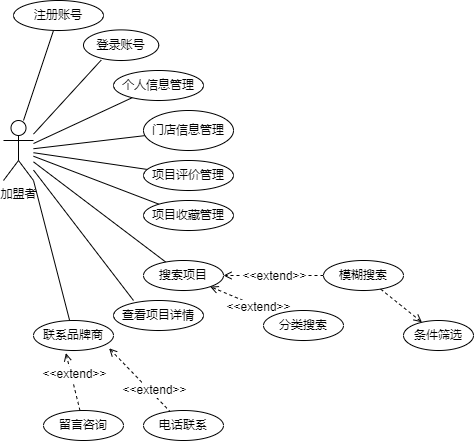
Above: diagrams/test.png in Chenyang-1024/DiagramsFromDrawIO (draw.io), before the change. Source tidied: cells renumbered, new cells last; positions are measured from the earlier drawing's top-left corner, leaving out a move shared by most shapes.
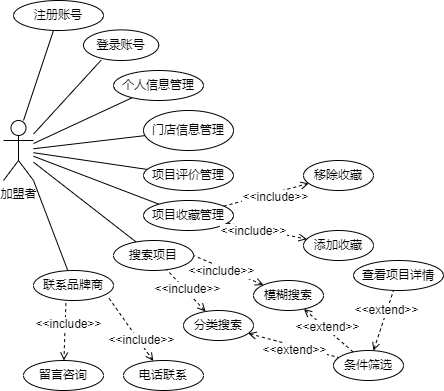
After the commit.

Change to the diagram source:
```diff
@@ -47,67 +47,105 @@
       <mxGeometry relative="1" as="geometry" />
     </mxCell>
     <mxCell id="16" value="搜索项目" style="ellipse;whiteSpace=wrap;html=1;" parent="1" vertex="1">
-      <mxGeometry x="140" y="260" width="80" height="30" as="geometry" />
+      <mxGeometry x="110" y="240" width="80" height="30" as="geometry" />
     </mxCell>
-    <mxCell id="17" style="endArrow=open;dashed=1;html=1;rounded=0;endFill=0;entryX=1;entryY=0.5;entryDx=0;entryDy=0;" parent="1" edge="1" source="19" target="16">
+    <mxCell id="17" style="endArrow=none;dashed=1;html=1;rounded=0;endFill=0;entryX=1;entryY=0.5;entryDx=0;entryDy=0;startArrow=open;startFill=0;" parent="1" edge="1" source="19" target="16">
       <mxGeometry relative="1" as="geometry" />
     </mxCell>
-    <mxCell id="18" value="&amp;lt;&amp;lt;extend&amp;gt;&amp;gt;" style="edgeLabel;html=1;align=center;verticalAlign=middle;" parent="17" vertex="1">
+    <mxCell id="18" value="&amp;lt;&amp;lt;include&amp;gt;&amp;gt;" style="edgeLabel;html=1;align=center;verticalAlign=middle;" parent="17" vertex="1">
       <mxGeometry x="0.32" y="-4" relative="1" as="geometry">
-        <mxPoint x="16" y="4" as="offset" />
+        <mxPoint x="2" y="9" as="offset" />
       </mxGeometry>
     </mxCell>
     <mxCell id="19" value="模糊搜索" style="ellipse;whiteSpace=wrap;html=1;" parent="1" vertex="1">
-      <mxGeometry x="320" y="260" width="80" height="30" as="geometry" />
+      <mxGeometry x="250" y="280" width="70" height="30" as="geometry" />
     </mxCell>
-    <mxCell id="20" style="endArrow=open;dashed=1;html=1;rounded=0;endFill=0;" parent="1" edge="1" source="22" target="16">
+    <mxCell id="20" style="endArrow=none;dashed=1;html=1;rounded=0;endFill=0;startArrow=open;startFill=0;" parent="1" edge="1" source="22" target="16">
       <mxGeometry relative="1" as="geometry" />
     </mxCell>
-    <mxCell id="21" value="&amp;lt;&amp;lt;extend&amp;gt;&amp;gt;" style="edgeLabel;html=1;align=center;verticalAlign=middle;" parent="20" vertex="1">
-      <mxGeometry x="-0.43" relative="1" as="geometry" />
+    <mxCell id="21" value="&amp;lt;&amp;lt;include&amp;gt;&amp;gt;" style="edgeLabel;html=1;align=center;verticalAlign=middle;" parent="20" vertex="1">
+      <mxGeometry x="-0.43" relative="1" as="geometry">
+        <mxPoint x="-8" y="-11" as="offset" />
+      </mxGeometry>
     </mxCell>
     <mxCell id="22" value="分类搜索" style="ellipse;whiteSpace=wrap;html=1;" parent="1" vertex="1">
-      <mxGeometry x="260" y="310" width="80" height="30" as="geometry" />
+      <mxGeometry x="180" y="310" width="70" height="30" as="geometry" />
     </mxCell>
-    <mxCell id="23" style="endArrow=none;html=1;rounded=0;" parent="1" edge="1" target="2">
-      <mxGeometry relative="1" as="geometry">
-        <mxPoint x="130" y="300" as="sourcePoint" />
-      </mxGeometry>
-    </mxCell>
     <mxCell id="24" value="查看项目详情" style="ellipse;whiteSpace=wrap;html=1;" parent="1" vertex="1">
-      <mxGeometry x="110" y="300" width="90" height="30" as="geometry" />
+      <mxGeometry x="350" y="260" width="90" height="30" as="geometry" />
     </mxCell>
     <mxCell id="25" style="endArrow=none;html=1;rounded=0;exitX=1;exitY=1;exitDx=0;exitDy=0;exitPerimeter=0;" parent="1" edge="1" source="2" target="26">
       <mxGeometry relative="1" as="geometry" />
     </mxCell>
     <mxCell id="26" value="联系品牌商" style="ellipse;whiteSpace=wrap;html=1;" parent="1" vertex="1">
-      <mxGeometry x="30" y="320" width="80" height="30" as="geometry" />
+      <mxGeometry x="30" y="270" width="80" height="30" as="geometry" />
     </mxCell>
-    <mxCell id="27" style="endArrow=none;dashed=1;html=1;rounded=0;exitX=0.945;exitY=0.927;exitDx=0;exitDy=0;exitPerimeter=0;endFill=0;startArrow=open;startFill=0;" parent="1" edge="1" source="26" target="29">
+    <mxCell id="27" style="endArrow=open;dashed=1;html=1;rounded=0;exitX=0.945;exitY=0.927;exitDx=0;exitDy=0;exitPerimeter=0;endFill=0;startArrow=none;startFill=0;" parent="1" edge="1" source="26" target="29">
       <mxGeometry relative="1" as="geometry" />
     </mxCell>
-    <mxCell id="28" value="&amp;lt;&amp;lt;extend&amp;gt;&amp;gt;" style="edgeLabel;html=1;align=center;verticalAlign=middle;" parent="27" vertex="1">
+    <mxCell id="28" value="&amp;lt;&amp;lt;include&amp;gt;&amp;gt;" style="edgeLabel;html=1;align=center;verticalAlign=middle;" parent="27" vertex="1">
       <mxGeometry x="0.48" y="-2" relative="1" as="geometry">
         <mxPoint x="1" y="-6" as="offset" />
       </mxGeometry>
     </mxCell>
     <mxCell id="29" value="电话联系" style="ellipse;whiteSpace=wrap;html=1;" parent="1" vertex="1">
-      <mxGeometry x="140" y="410" width="80" height="30" as="geometry" />
+      <mxGeometry x="120" y="360" width="80" height="30" as="geometry" />
     </mxCell>
-    <mxCell id="30" style="endArrow=none;dashed=1;html=1;rounded=0;exitX=0.405;exitY=1.087;exitDx=0;exitDy=0;exitPerimeter=0;endFill=0;startArrow=open;startFill=0;" parent="1" edge="1" source="26" target="32">
+    <mxCell id="30" style="endArrow=open;dashed=1;html=1;rounded=0;exitX=0.405;exitY=1.087;exitDx=0;exitDy=0;exitPerimeter=0;endFill=0;startArrow=none;startFill=0;" parent="1" edge="1" source="26" target="32">
       <mxGeometry relative="1" as="geometry" />
     </mxCell>
-    <mxCell id="31" value="&amp;lt;&amp;lt;extend&amp;gt;&amp;gt;" style="edgeLabel;html=1;align=center;verticalAlign=middle;" parent="30" vertex="1">
+    <mxCell id="31" value="&amp;lt;&amp;lt;include&amp;gt;&amp;gt;" style="edgeLabel;html=1;align=center;verticalAlign=middle;" parent="30" vertex="1">
       <mxGeometry x="-0.26" y="3" relative="1" as="geometry" />
     </mxCell>
     <mxCell id="32" value="留言咨询" style="ellipse;whiteSpace=wrap;html=1;" parent="1" vertex="1">
-      <mxGeometry x="40" y="410" width="80" height="30" as="geometry" />
+      <mxGeometry x="20" y="360" width="80" height="30" as="geometry" />
     </mxCell>
-    <mxCell id="33" style="endArrow=open;dashed=1;html=1;rounded=0;endFill=0;" parent="1" edge="1" source="19" target="34">
+    <mxCell id="33" style="endArrow=none;dashed=1;html=1;rounded=0;endFill=0;startArrow=open;startFill=0;" parent="1" edge="1" source="19" target="34">
       <mxGeometry relative="1" as="geometry" />
     </mxCell>
+    <mxCell id="35" value="&lt;span style=&quot;font-family: &amp;#34;helvetica&amp;#34;&quot;&gt;&amp;lt;&amp;lt;extend&amp;gt;&amp;gt;&lt;/span&gt;" style="edgeLabel;html=1;align=center;verticalAlign=middle;" parent="33" vertex="1">
+      <mxGeometry x="-0.32" y="2" relative="1" as="geometry">
+        <mxPoint x="5" y="5" as="offset" />
+      </mxGeometry>
+    </mxCell>
     <mxCell id="34" value="条件筛选" style="ellipse;whiteSpace=wrap;html=1;" parent="1" vertex="1">
-      <mxGeometry x="400" y="320" width="70" height="30" as="geometry" />
+      <mxGeometry x="330" y="350" width="70" height="30" as="geometry" />
     </mxCell>
+    <mxCell id="36" style="endArrow=none;dashed=1;html=1;rounded=0;endFill=0;startArrow=open;startFill=0;" parent="1" edge="1" source="22" target="34">
+      <mxGeometry relative="1" as="geometry" />
+    </mxCell>
+    <mxCell id="37" value="&lt;span style=&quot;font-family: &amp;#34;helvetica&amp;#34;&quot;&gt;&amp;lt;&amp;lt;extend&amp;gt;&amp;gt;&lt;/span&gt;" style="edgeLabel;html=1;align=center;verticalAlign=middle;" parent="36" vertex="1">
+      <mxGeometry x="0.26" y="2" relative="1" as="geometry">
+        <mxPoint x="-12" y="3" as="offset" />
+      </mxGeometry>
+    </mxCell>
+    <mxCell id="38" style="endArrow=none;dashed=1;html=1;rounded=0;startArrow=open;startFill=0;" parent="1" edge="1" source="34" target="24">
+      <mxGeometry relative="1" as="geometry" />
+    </mxCell>
+    <mxCell id="39" value="&lt;span style=&quot;font-family: &amp;#34;helvetica&amp;#34;&quot;&gt;&amp;lt;&amp;lt;extend&amp;gt;&amp;gt;&lt;/span&gt;" style="edgeLabel;html=1;align=center;verticalAlign=middle;" parent="38" vertex="1">
+      <mxGeometry x="0.35" y="1" relative="1" as="geometry" />
+    </mxCell>
+    <mxCell id="40" value="移除收藏" style="ellipse;whiteSpace=wrap;html=1;" parent="1" vertex="1">
+      <mxGeometry x="300" y="160" width="70" height="30" as="geometry" />
+    </mxCell>
+    <mxCell id="41" value="添加收藏" style="ellipse;whiteSpace=wrap;html=1;" parent="1" vertex="1">
+      <mxGeometry x="300" y="230" width="70" height="30" as="geometry" />
+    </mxCell>
+    <mxCell id="42" style="endArrow=open;dashed=1;html=1;rounded=0;endFill=0;" parent="1" edge="1" source="14" target="40">
+      <mxGeometry relative="1" as="geometry" />
+    </mxCell>
+    <mxCell id="43" value="&amp;lt;&amp;lt;include&amp;gt;&amp;gt;" style="edgeLabel;html=1;align=center;verticalAlign=middle;" parent="42" vertex="1">
+      <mxGeometry x="0.41" y="-2" relative="1" as="geometry">
+        <mxPoint x="-9" y="5" as="offset" />
+      </mxGeometry>
+    </mxCell>
+    <mxCell id="44" style="endArrow=open;dashed=1;html=1;rounded=0;startArrow=none;startFill=0;endFill=0;" parent="1" edge="1" source="14" target="41">
+      <mxGeometry relative="1" as="geometry" />
+    </mxCell>
+    <mxCell id="45" value="&amp;lt;&amp;lt;include&amp;gt;&amp;gt;" style="edgeLabel;html=1;align=center;verticalAlign=middle;" parent="44" vertex="1">
+      <mxGeometry x="0.35" y="-1" relative="1" as="geometry">
+        <mxPoint x="-28" y="-4" as="offset" />
+      </mxGeometry>
+    </mxCell>
   </root>
 </mxGraphModel>
```
